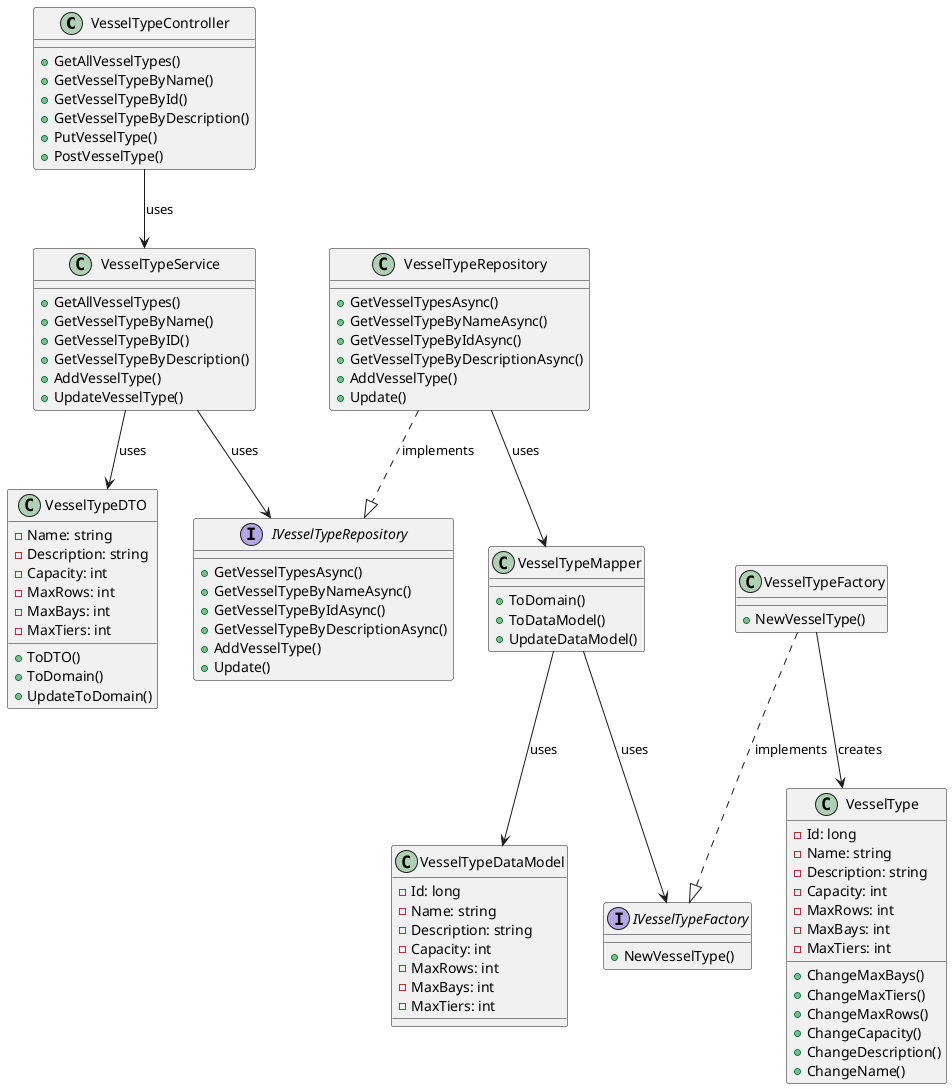
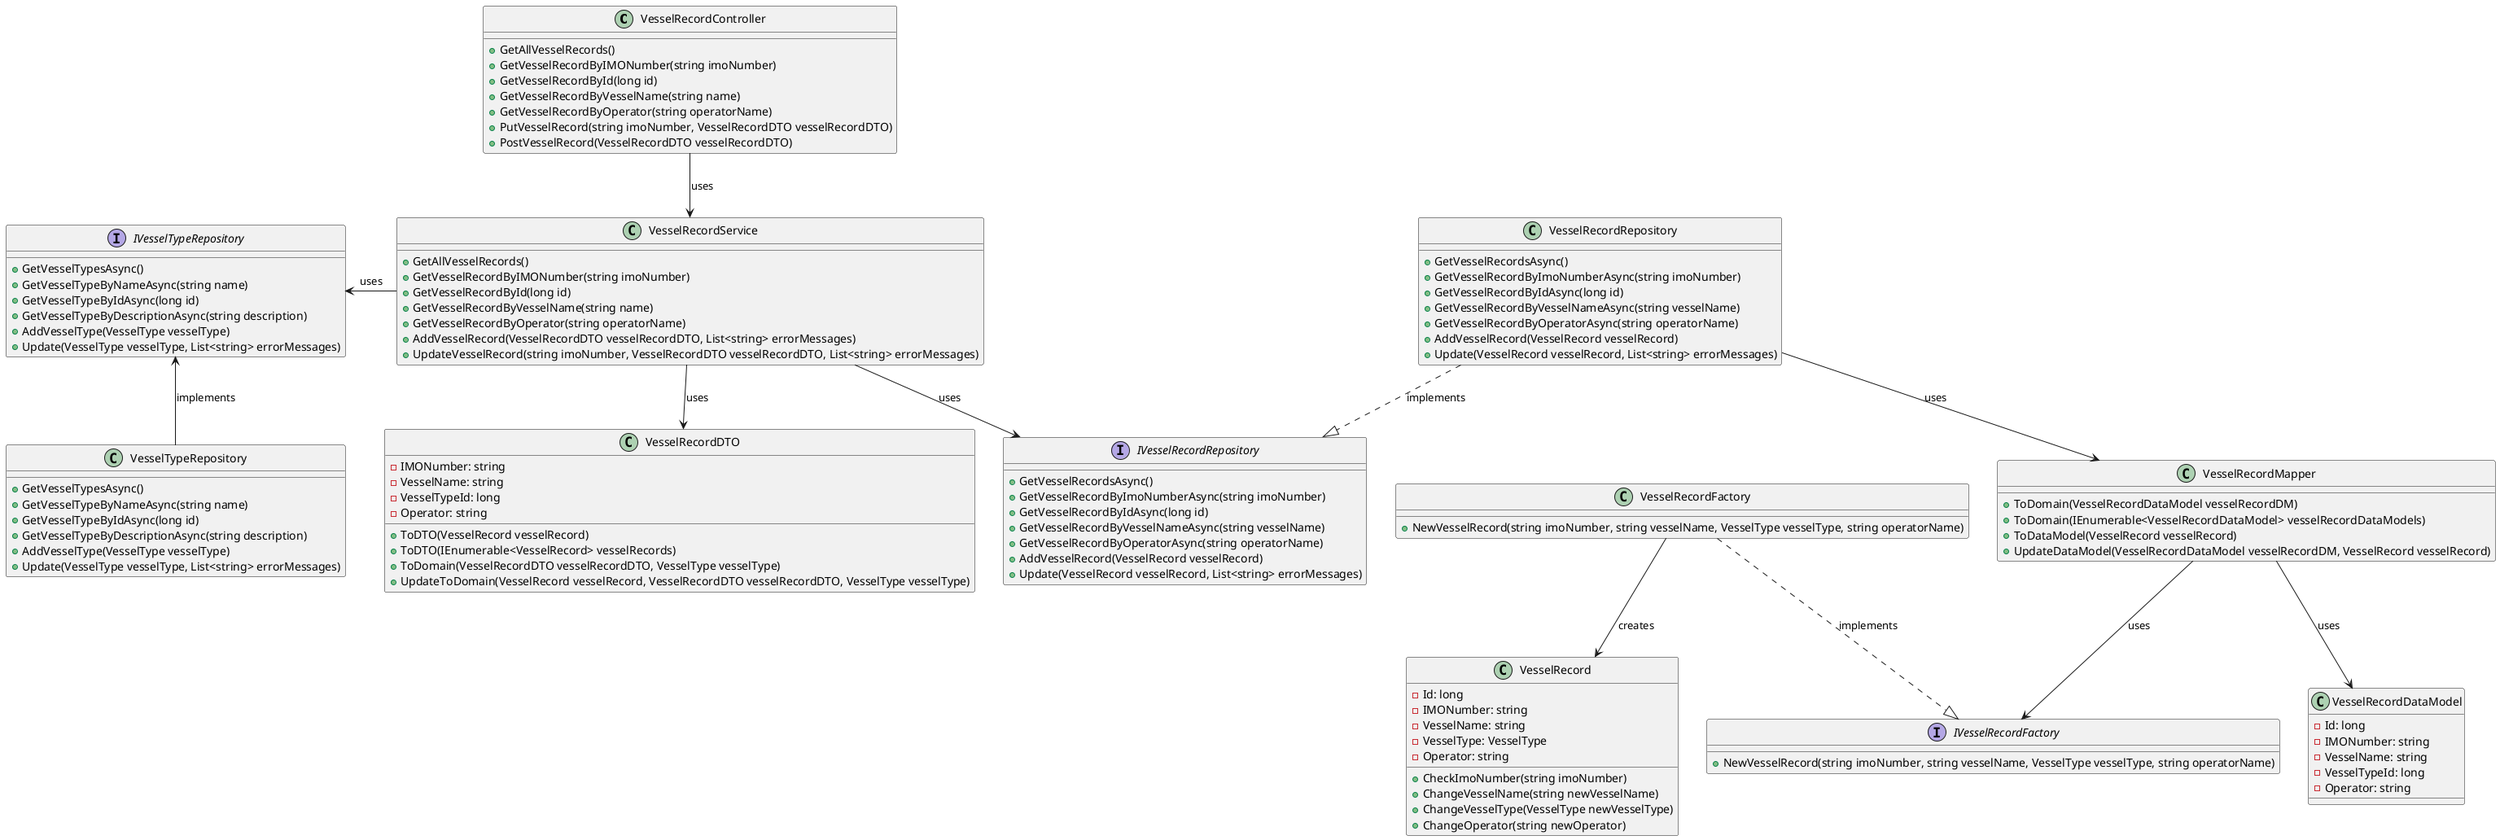
- @startuml VesselTypeCode
+ @startuml VesselRecordCode


- class VesselTypeController {
- 	+GetAllVesselTypes()
- 	+GetVesselTypeByName()
- 	+GetVesselTypeById()
- 	+GetVesselTypeByDescription()
- 	+PutVesselType()
- 	+PostVesselType()
+ class VesselRecordController {
+ 	+GetAllVesselRecords()
+ 	+GetVesselRecordByIMONumber(string imoNumber)
+ 	+GetVesselRecordById(long id)
+ 	+GetVesselRecordByVesselName(string name)
+ 	+GetVesselRecordByOperator(string operatorName)
+ 	+PutVesselRecord(string imoNumber, VesselRecordDTO vesselRecordDTO)
+ 	+PostVesselRecord(VesselRecordDTO vesselRecordDTO)
}
- class VesselTypeService {
- 	+GetAllVesselTypes()
- 	+GetVesselTypeByName()
- 	+GetVesselTypeByID()
- 	+GetVesselTypeByDescription()
- 	+AddVesselType()
- 	+UpdateVesselType()
+ class VesselRecordService {
+ 	+GetAllVesselRecords()
+ 	+GetVesselRecordByIMONumber(string imoNumber)
+ 	+GetVesselRecordById(long id)
+ 	+GetVesselRecordByVesselName(string name)
+ 	+GetVesselRecordByOperator(string operatorName)
+ 	+AddVesselRecord(VesselRecordDTO vesselRecordDTO, List<string> errorMessages)
+ 	+UpdateVesselRecord(string imoNumber, VesselRecordDTO vesselRecordDTO, List<string> errorMessages)
}

- class VesselTypeDTO{
-     -Name: string
-     -Description: string
-     -Capacity: int
-     -MaxRows: int
-     -MaxBays: int
-     -MaxTiers: int
-     +ToDTO()
-     +ToDomain()
-     +UpdateToDomain()
+ class VesselRecordDTO{
+     -IMONumber: string
+     -VesselName: string
+     -VesselTypeId: long
+     -Operator: string
+     +ToDTO(VesselRecord vesselRecord)
+     +ToDTO(IEnumerable<VesselRecord> vesselRecords)
+     +ToDomain(VesselRecordDTO vesselRecordDTO, VesselType vesselType)
+     +UpdateToDomain(VesselRecord vesselRecord, VesselRecordDTO vesselRecordDTO, VesselType vesselType)
}


+ interface IVesselRecordRepository{
+     +GetVesselRecordsAsync()
+     +GetVesselRecordByImoNumberAsync(string imoNumber)
+     +GetVesselRecordByIdAsync(long id)
+     +GetVesselRecordByVesselNameAsync(string vesselName)
+     +GetVesselRecordByOperatorAsync(string operatorName)
+     +AddVesselRecord(VesselRecord vesselRecord)
+     +Update(VesselRecord vesselRecord, List<string> errorMessages)
+ }
+ 
+ class VesselRecordRepository{
+     +GetVesselRecordsAsync()
+     +GetVesselRecordByImoNumberAsync(string imoNumber)
+     +GetVesselRecordByIdAsync(long id)
+     +GetVesselRecordByVesselNameAsync(string vesselName)
+     +GetVesselRecordByOperatorAsync(string operatorName)
+     +AddVesselRecord(VesselRecord vesselRecord)
+     +Update(VesselRecord vesselRecord, List<string> errorMessages)
+ }
+ 
+ 
+ class VesselRecord{
+     -Id: long
+     -IMONumber: string
+     -VesselName: string
+     -VesselType: VesselType
+     -Operator: string
+     +CheckImoNumber(string imoNumber)
+     +ChangeVesselName(string newVesselName)
+     +ChangeVesselType(VesselType newVesselType)
+     +ChangeOperator(string newOperator)
+ 
+ }
+ 
+ class VesselRecordMapper{
+     +ToDomain(VesselRecordDataModel vesselRecordDM)
+     +ToDomain(IEnumerable<VesselRecordDataModel> vesselRecordDataModels)
+     +ToDataModel(VesselRecord vesselRecord)
+     +UpdateDataModel(VesselRecordDataModel vesselRecordDM, VesselRecord vesselRecord)
+ }
+ 
+ interface IVesselRecordFactory{
+     +NewVesselRecord(string imoNumber, string vesselName, VesselType vesselType, string operatorName)
+ }
+ 
+ class VesselRecordDataModel{
+     -Id: long
+     -IMONumber: string
+     -VesselName: string
+     -VesselTypeId: long
+     -Operator: string
+ }
+ 
+ class VesselRecordFactory{
+     +NewVesselRecord(string imoNumber, string vesselName, VesselType vesselType, string operatorName)
+ }
+ 
interface IVesselTypeRepository{
    +GetVesselTypesAsync()
-     +GetVesselTypeByNameAsync()
-     +GetVesselTypeByIdAsync()
-     +GetVesselTypeByDescriptionAsync()
-     +AddVesselType()
-     +Update()
+     +GetVesselTypeByNameAsync(string name)
+     +GetVesselTypeByIdAsync(long id)
+     +GetVesselTypeByDescriptionAsync(string description)
+     +AddVesselType(VesselType vesselType)
+     +Update(VesselType vesselType, List<string> errorMessages)
}

class VesselTypeRepository{
    +GetVesselTypesAsync()
-     +GetVesselTypeByNameAsync()
-     +GetVesselTypeByIdAsync()
-     +GetVesselTypeByDescriptionAsync()
-     +AddVesselType()
-     +Update()
+     +GetVesselTypeByNameAsync(string name)
+     +GetVesselTypeByIdAsync(long id)
+     +GetVesselTypeByDescriptionAsync(string description)
+     +AddVesselType(VesselType vesselType)
+     +Update(VesselType vesselType, List<string> errorMessages)
}

- 
- class VesselType{
-     -Id: long
-     -Name: string
-     -Description: string
-     -Capacity: int
-     -MaxRows: int
-     -MaxBays: int
-     -MaxTiers: int
-     +ChangeMaxBays()
-     +ChangeMaxTiers()
-     +ChangeMaxRows()
-     +ChangeCapacity()
-     +ChangeDescription()
-     +ChangeName()
- 
- }
- 
- class VesselTypeMapper{
-     +ToDomain()
-     +ToDataModel()
-     +UpdateDataModel()
- }
- 
- interface IVesselTypeFactory{
-     +NewVesselType()
- }
- 
- class VesselTypeDataModel{
-     -Id: long
-     -Name: string
-     -Description: string
-     -Capacity: int
-     -MaxRows: int
-     -MaxBays: int
-     -MaxTiers: int
- }
- 
- class VesselTypeFactory{
-     +NewVesselType()
- }
+ VesselRecordService -left-> IVesselTypeRepository: uses
+ VesselTypeRepository -up-> IVesselTypeRepository : implements


- VesselTypeController --> VesselTypeService: uses
- VesselTypeService --> IVesselTypeRepository: uses
- VesselTypeService --> VesselTypeDTO: uses
+ VesselRecordController --> VesselRecordService: uses
+ VesselRecordService --> IVesselRecordRepository: uses
+ VesselRecordService --> VesselRecordDTO: uses

- VesselTypeRepository --> VesselTypeMapper: uses
- VesselTypeMapper --> VesselTypeDataModel : uses
- VesselTypeMapper --> IVesselTypeFactory : uses
- VesselTypeFactory --> VesselType: creates
+ VesselRecordRepository --> VesselRecordMapper: uses
+ VesselRecordMapper --> VesselRecordDataModel : uses
+ VesselRecordMapper --> IVesselRecordFactory : uses
+ VesselRecordFactory --> VesselRecord: creates


- VesselTypeFactory ..|> IVesselTypeFactory : implements
+ VesselRecordFactory ..|> IVesselRecordFactory : implements

- VesselTypeRepository ..|> IVesselTypeRepository : implements
+ VesselRecordRepository ..|> IVesselRecordRepository : implements

@enduml